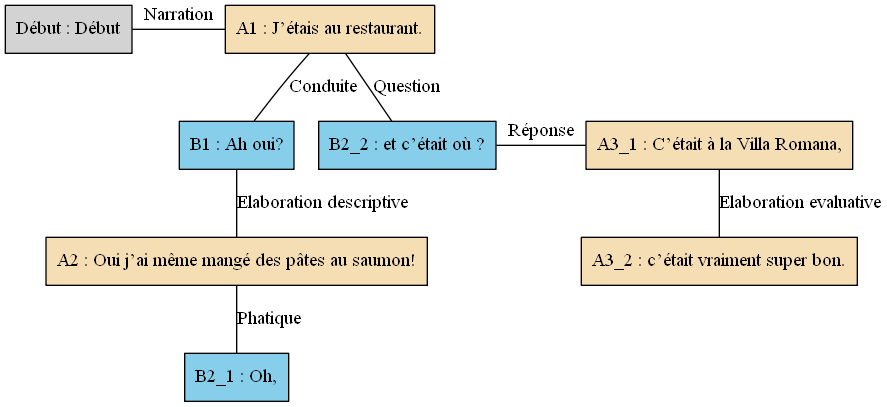
Earlier version of the Graphviz export arbres/Bac_a_sable/Bac_a_sable_-_A08.gv.png (AlaixComet/AnnotationSlamPTut). Its source is kept beside it as arbres/Bac_a_sable/Bac_a_sable_-_A08.gv. Its diagram source:
```dot
digraph A08 {
	node [shape=box style=filled]
	"Début" [label="Début : Début"]
	A1 [label="A1 : J’étais au restaurant." fillcolor=wheat]
	B1 [label="B1 : Ah oui?" fillcolor=skyblue]
	A2 [label="A2 : Oui j’ai même mangé des pâtes au saumon!" fillcolor=wheat]
	B2_1 [label="B2_1 : Oh," fillcolor=skyblue]
	B2_2 [label="B2_2 : et c’était où ?" fillcolor=skyblue]
	A3_1 [label="A3_1 : C’était à la Villa Romana," fillcolor=wheat]
	A3_2 [label="A3_2 : c’était vraiment super bon." fillcolor=wheat]
	{
		rank=same
		"Début"
		A1
		"Début" -> A1 [label=Narration dir=none]
	}
	A1 -> B1 [label=Conduite dir=none]
	B1 -> A2 [label="Elaboration descriptive" dir=none]
	A1 -> B2_2 [label=Question dir=none]
	A2 -> B2_1 [label=Phatique dir=none]
	{
		rank=same
		B2_2
		A3_1
		B2_2 -> A3_1 [label="Réponse" dir=none]
	}
	A3_1 -> A3_2 [label="Elaboration evaluative" dir=none]
}
```
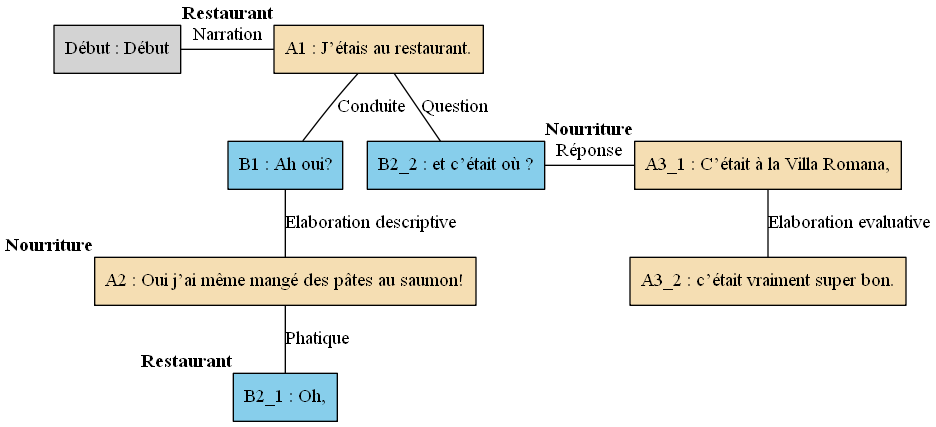
The same diagram one commit later.

Diff of the diagram source:
```diff
@@ -1,13 +1,13 @@
 digraph A08 {
 	node [shape=box style=filled]
-	"Début" [label="Début : Début"]
-	A1 [label="A1 : J’étais au restaurant." fillcolor=wheat]
-	B1 [label="B1 : Ah oui?" fillcolor=skyblue]
-	A2 [label="A2 : Oui j’ai même mangé des pâtes au saumon!" fillcolor=wheat]
-	B2_1 [label="B2_1 : Oh," fillcolor=skyblue]
-	B2_2 [label="B2_2 : et c’était où ?" fillcolor=skyblue]
-	A3_1 [label="A3_1 : C’était à la Villa Romana," fillcolor=wheat]
-	A3_2 [label="A3_2 : c’était vraiment super bon." fillcolor=wheat]
+	"Début" [label="Début : Début" xlabel=""]
+	A1 [label="A1 : J’étais au restaurant." fillcolor=wheat xlabel=<<B>Restaurant</B>>]
+	B1 [label="B1 : Ah oui?" fillcolor=skyblue xlabel=""]
+	A2 [label="A2 : Oui j’ai même mangé des pâtes au saumon!" fillcolor=wheat xlabel=<<B>Nourriture</B>>]
+	B2_1 [label="B2_1 : Oh," fillcolor=skyblue xlabel=<<B>Restaurant</B>>]
+	B2_2 [label="B2_2 : et c’était où ?" fillcolor=skyblue xlabel=""]
+	A3_1 [label="A3_1 : C’était à la Villa Romana," fillcolor=wheat xlabel=<<B>Nourriture</B>>]
+	A3_2 [label="A3_2 : c’était vraiment super bon." fillcolor=wheat xlabel=""]
 	{
 		rank=same
 		"Début"
```
